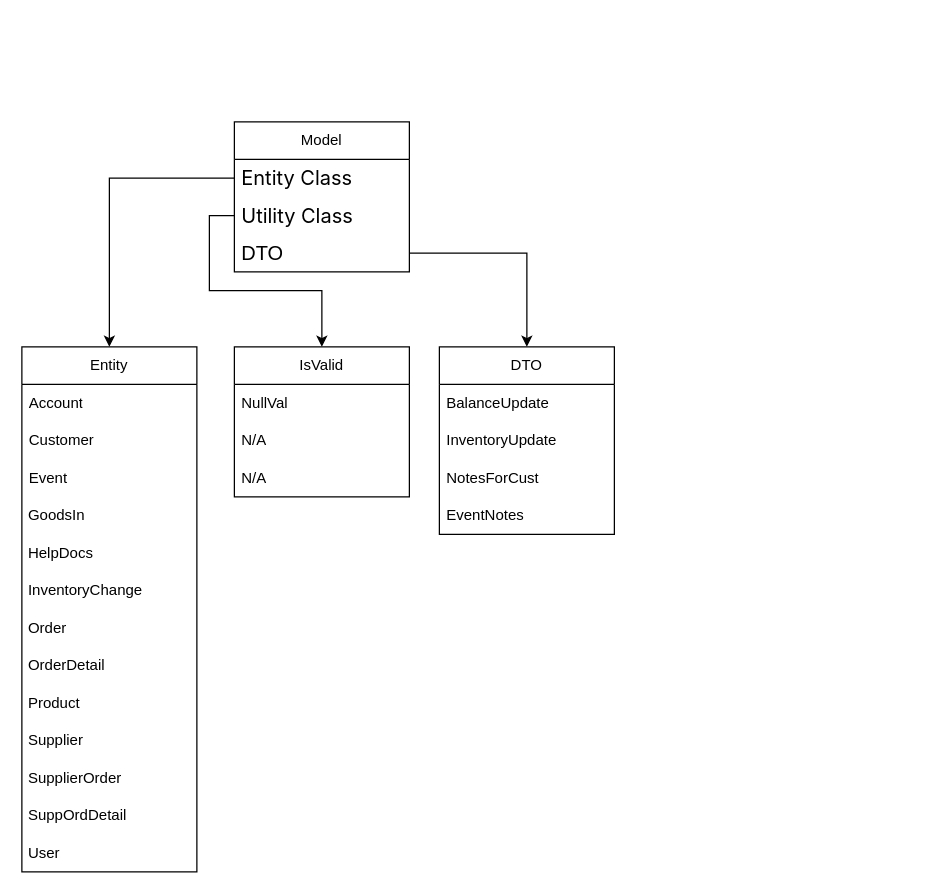
Earlier version of the draw.io diagram page "Model" (1 of 7) of DesignDoc.drawio (RUIS94/SystemManagement). Source tidied: cells renumbered, new cells numbered last; positions are measured from the earlier drawing's top-left corner, leaving out a move shared by most shapes. Both pictures are drawn from the tidied source at 125%, with x=0, y=0 at pixel (21, 121).
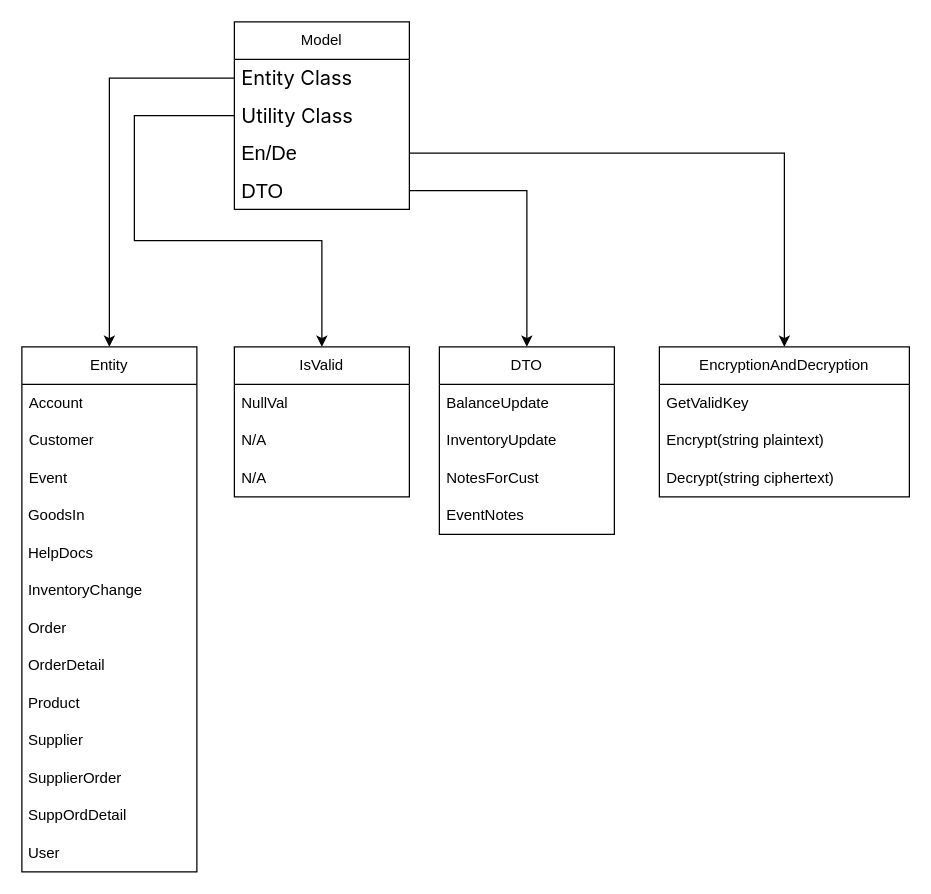
After the change.

The change refers to these unchanged cells:
```xml
<mxCell id="4" value="&lt;span style=&quot;box-sizing: border-box; margin: 0px; border: 0px; padding: 0px; font-weight: var(--font-weight-bold); font-family: Inter, sans-serif; font-size: 16px; white-space-collapse: preserve; background-color: rgb(255, 255, 255);&quot;&gt;Utility Class &lt;/span&gt;" style="text;strokeColor=none;fillColor=none;align=left;verticalAlign=middle;spacingLeft=4;spacingRight=4;overflow=hidden;points=[[0,0.5],[1,0.5]];portConstraint=eastwest;whiteSpace=wrap;html=1;" parent="2" vertex="1">
  <mxGeometry y="60" width="140" height="30" as="geometry" />
</mxCell>
<mxCell id="20" value="IsValid" style="swimlane;fontStyle=0;horizontal=1;startSize=30;whiteSpace=wrap;html=1;" parent="1" vertex="1">
  <mxGeometry x="170" y="180" width="140" height="120" as="geometry" />
</mxCell>
```

Change to the diagram source:
```diff
@@
     <mxCell id="2" value="Model" style="swimlane;fontStyle=0;horizontal=1;startSize=30;whiteSpace=wrap;html=1;" parent="1" vertex="1">
-      <mxGeometry x="170" width="140" height="120" as="geometry" />
+      <mxGeometry x="170" y="-80" width="140" height="150" as="geometry" />
     </mxCell>
@@
+    <mxCell id="32" value="&lt;font style=&quot;font-size: 16px;&quot;&gt;En/De&lt;/font&gt;" style="text;strokeColor=none;fillColor=none;align=left;verticalAlign=middle;spacingLeft=4;spacingRight=4;overflow=hidden;points=[[0,0.5],[1,0.5]];portConstraint=eastwest;whiteSpace=wrap;html=1;" parent="2" vertex="1">
+      <mxGeometry y="90" width="140" height="30" as="geometry" />
+    </mxCell>
     <mxCell id="5" value="&lt;font style=&quot;font-size: 16px;&quot;&gt;DTO&lt;/font&gt;" style="text;strokeColor=none;fillColor=none;align=left;verticalAlign=middle;spacingLeft=4;spacingRight=4;overflow=hidden;points=[[0,0.5],[1,0.5]];portConstraint=eastwest;whiteSpace=wrap;html=1;" parent="2" vertex="1">
-      <mxGeometry y="90" width="140" height="30" as="geometry" />
+      <mxGeometry y="120" width="140" height="30" as="geometry" />
     </mxCell>
@@
     <mxCell id="30" style="edgeStyle=orthogonalEdgeStyle;rounded=0;jettySize=auto;html=1;exitX=0;exitY=0.5;exitDx=0;exitDy=0;entryX=0.5;entryY=0;entryDx=0;entryDy=0;" parent="1" edge="1" source="4" target="20">
-      <mxGeometry relative="1" as="geometry" />
+      <mxGeometry relative="1" as="geometry">
+        <Array as="points">
+          <mxPoint x="90" y="-5" />
+          <mxPoint x="90" y="95" />
+          <mxPoint x="240" y="95" />
+        </Array>
+      </mxGeometry>
     </mxCell>
@@
+    <mxCell id="33" value="EncryptionAndDecryption" style="swimlane;fontStyle=0;horizontal=1;startSize=30;whiteSpace=wrap;html=1;" parent="1" vertex="1">
+      <mxGeometry x="510" y="180" width="200" height="120" as="geometry" />
+    </mxCell>
+    <mxCell id="34" value="GetValidKey" style="text;strokeColor=none;fillColor=none;align=left;verticalAlign=middle;spacingLeft=4;spacingRight=4;overflow=hidden;whiteSpace=wrap;html=1;" parent="33" vertex="1">
+      <mxGeometry y="30" width="200" height="30" as="geometry" />
+    </mxCell>
+    <mxCell id="35" value="Encrypt(string plaintext)" style="text;strokeColor=none;fillColor=none;align=left;verticalAlign=middle;spacingLeft=4;spacingRight=4;overflow=hidden;whiteSpace=wrap;html=1;" parent="33" vertex="1">
+      <mxGeometry y="60" width="200" height="30" as="geometry" />
+    </mxCell>
+    <mxCell id="36" value="Decrypt(string&amp;nbsp;ciphertext)" style="text;strokeColor=none;fillColor=none;align=left;verticalAlign=middle;spacingLeft=4;spacingRight=4;overflow=hidden;whiteSpace=wrap;html=1;" parent="33" vertex="1">
+      <mxGeometry y="90" width="200" height="30" as="geometry" />
+    </mxCell>
+    <mxCell id="37" style="edgeStyle=orthogonalEdgeStyle;rounded=0;jettySize=auto;html=1;exitX=1;exitY=0.5;exitDx=0;exitDy=0;entryX=0.5;entryY=0;entryDx=0;entryDy=0;" parent="1" edge="1" source="32" target="33">
+      <mxGeometry relative="1" as="geometry" />
+    </mxCell>
```
